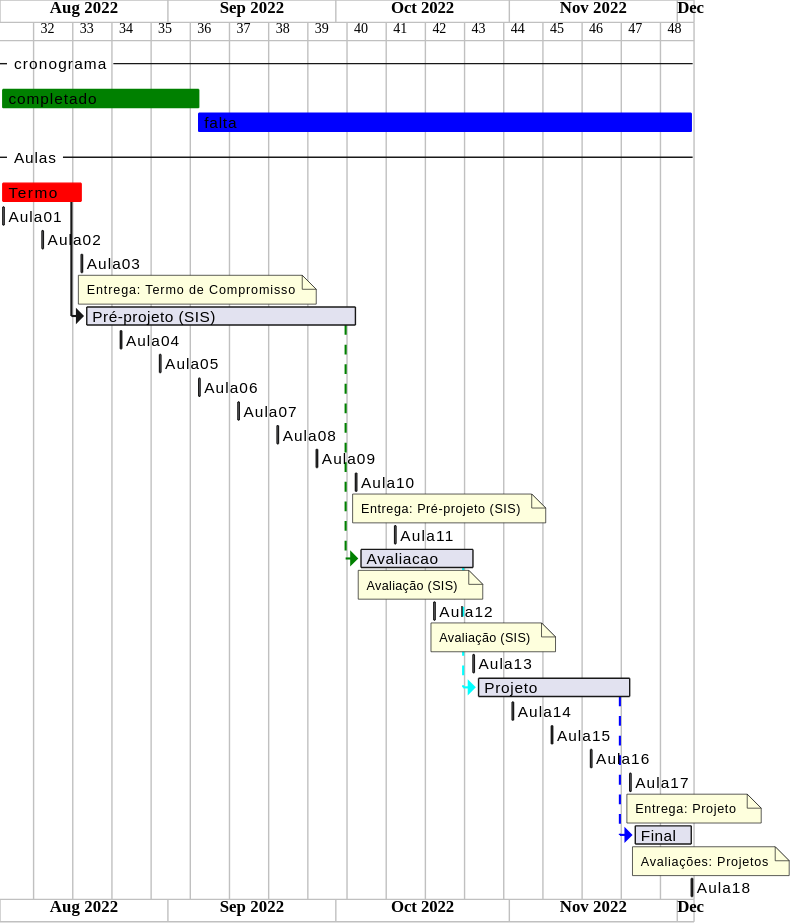
Earlier version of the PlantUML export svg/cronograma_SIS.svg (dalton-reis/disciplina_TCC1_Privado).
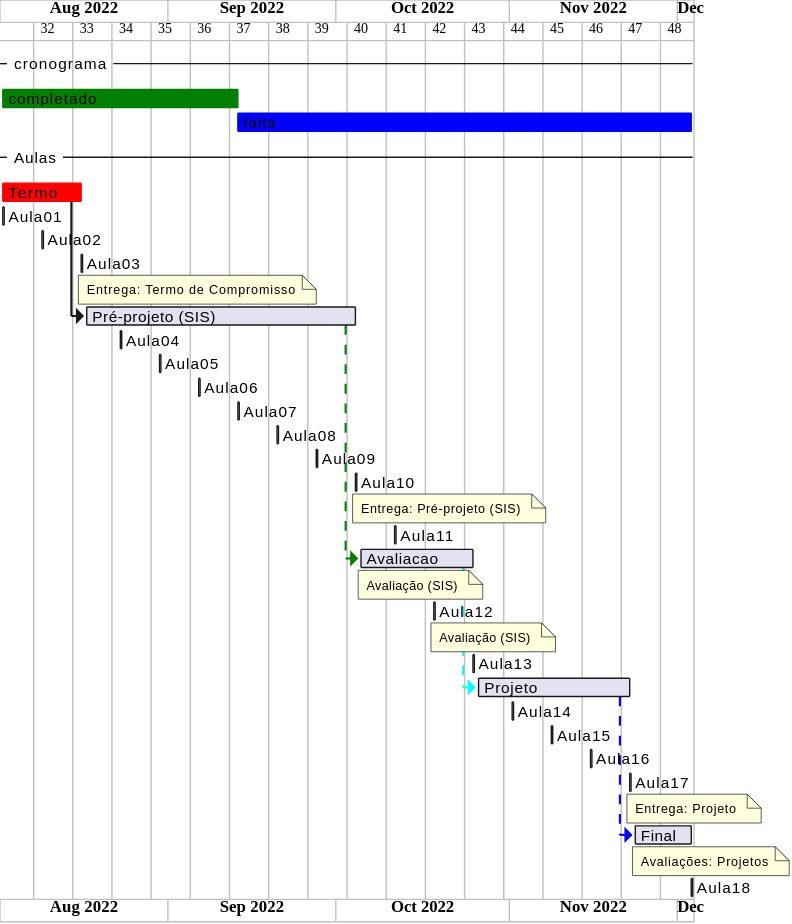
After the commit.

Diff of the diagram source:
```diff
@@ -22,7 +22,7 @@
 !$Aula18 = "2022-11-29"
 !$Aula18 = $dataFim
 
-!$dataAtual  = $Aula06
+!$dataAtual  = $Aula07
 
 ganttscale weekly
 
```
